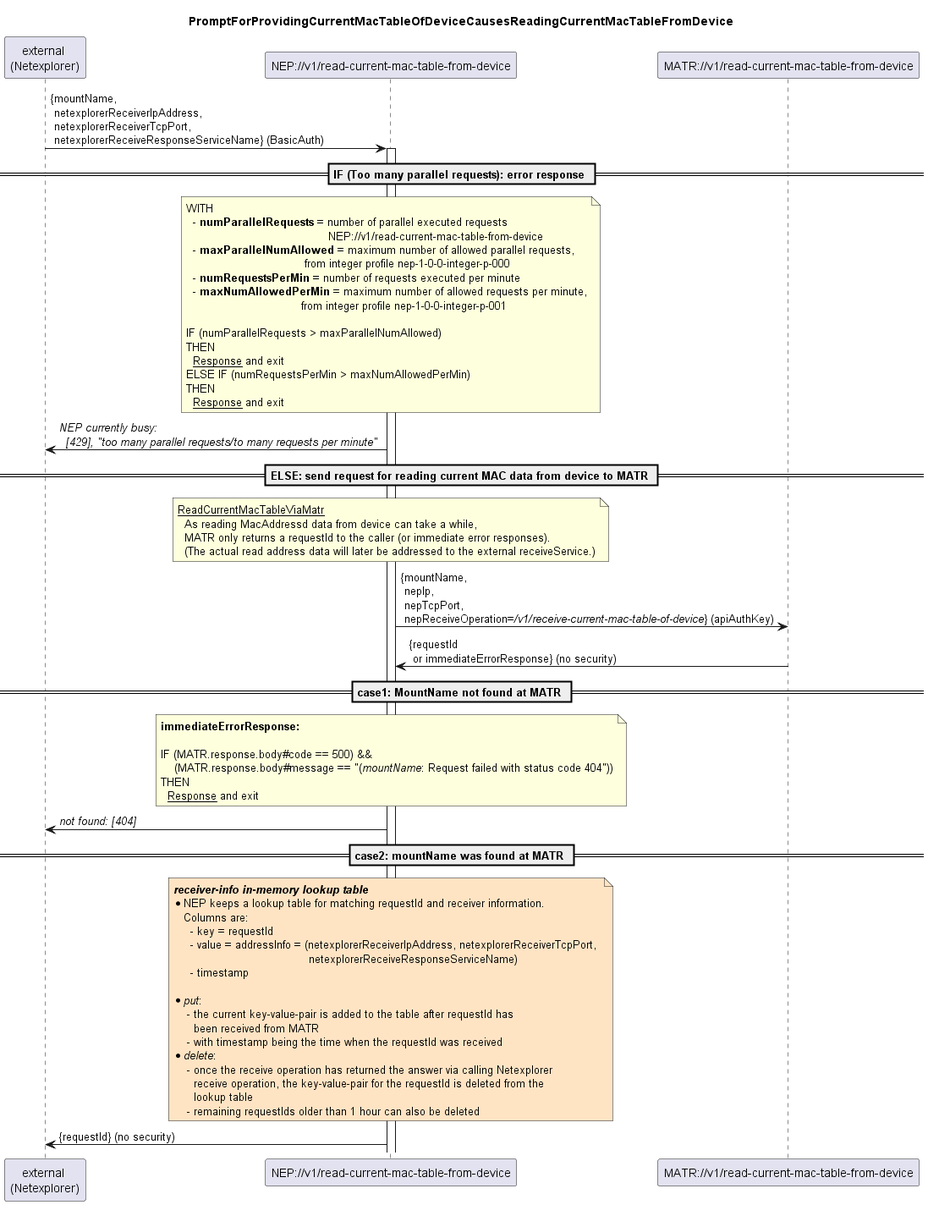
Above: spec/diagrams/002_ReadCurrentMacTableFromDevice.png in openBackhaul/NetExplorerProxy (PlantUML), before the change.
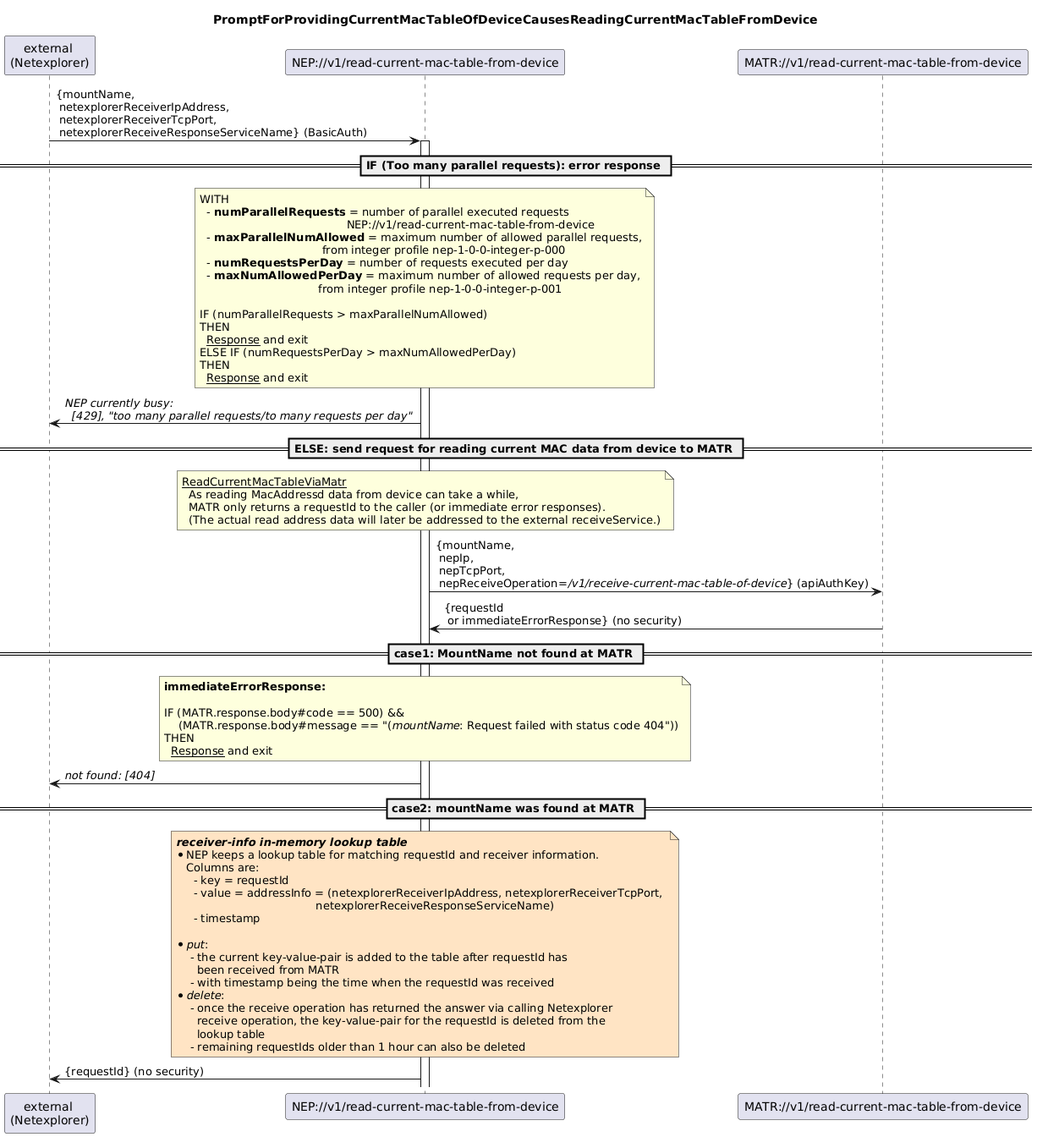
Later version of the same file.

What changed in the source:
```diff
@@ -1,4 +1,4 @@
-@startuml 002_ReadCurrentMacTableFromDevice
+@startuml
 skinparam responseMessageBelowArrow true
 
 title PromptForProvidingCurrentMacTableOfDeviceCausesReadingCurrentMacTableFromDevice
@@ -17,18 +17,18 @@
                                             NEP://v1/read-current-mac-table-from-device
     - <b>maxParallelNumAllowed</b> = maximum number of allowed parallel requests,
                                      from integer profile nep-1-0-0-integer-p-000
-    - <b>numRequestsPerMin</b> = number of requests executed per minute
-    - <b>maxNumAllowedPerMin</b> = maximum number of allowed requests per minute,
+    - <b>numRequestsPerDay</b> = number of requests executed per day
+    - <b>maxNumAllowedPerDay</b> = maximum number of allowed requests per day,
                                     from integer profile nep-1-0-0-integer-p-001
 
   IF (numParallelRequests > maxParallelNumAllowed)
   THEN
     <u>Response</u> and exit
-  ELSE IF (numRequestsPerMin > maxNumAllowedPerMin)
+  ELSE IF (numRequestsPerDay > maxNumAllowedPerDay)
   THEN
     <u>Response</u> and exit
 end note
-nep -> external: <i>NEP currently busy:</i>\n<i>  [429], "too many parallel requests/to many requests per minute" </i>
+nep -> external: <i>NEP currently busy:</i>\n<i>  [429], "too many parallel requests/to many requests per day" </i>
 
 == ELSE: send request for reading current MAC data from device to MATR ==
 
@@ -77,7 +77,4 @@
 
 
   nep -> external: {requestId} (no security)
-
-
-
 @enduml
```
